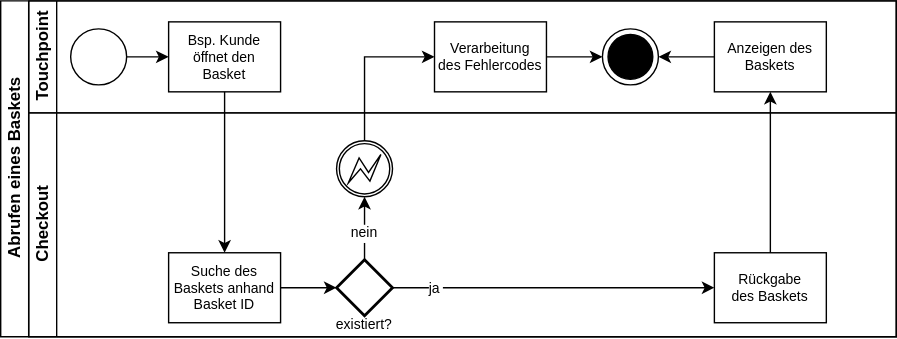
The draw.io diagram svg/SL Basketabruf.svg in Thalmaier/bachelor-thesis, before a commit. Source tidied: cells renumbered, new cells last; positions are measured from the earlier drawing's top-left corner, leaving out a move shared by most shapes. Its diagram source:
```xml
<mxGraphModel>
  <root>
    <mxCell id="0" />
    <mxCell id="1" parent="0" />
    <mxCell id="2" value="Abrufen eines Baskets" style="swimlane;html=1;horizontal=0;startSize=20;fontColor=#000000;strokeColor=#000000;fillColor=none;" parent="1" vertex="1">
      <mxGeometry width="640" height="240" as="geometry" />
    </mxCell>
    <mxCell id="3" value="Touchpoint" style="swimlane;html=1;startSize=20;horizontal=0;fontColor=#000000;strokeColor=#000000;fillColor=none;" parent="2" vertex="1">
      <mxGeometry x="20" width="620" height="80" as="geometry" />
    </mxCell>
    <mxCell id="4" style="edgeStyle=orthogonalEdgeStyle;rounded=0;jettySize=auto;html=1;fontColor=#000000;strokeColor=#000000;" parent="3" edge="1" source="5" target="6">
      <mxGeometry relative="1" as="geometry" />
    </mxCell>
    <mxCell id="5" style="ellipse;whiteSpace=wrap;html=1;fontColor=#000000;strokeColor=#000000;fillColor=#FFFFFF;" parent="3" vertex="1">
      <mxGeometry x="30" y="20" width="40" height="40" as="geometry" />
    </mxCell>
    <mxCell id="6" value="Bsp. Kunde &#10;öffnet den &#10;Basket" style="rounded=0;fontFamily=Helvetica;fontSize=10;fontColor=#000000;align=center;strokeColor=#000000;fillColor=#FFFFFF;" parent="3" vertex="1">
      <mxGeometry x="100" y="15" width="80" height="50" as="geometry" />
    </mxCell>
    <mxCell id="7" style="edgeStyle=orthogonalEdgeStyle;rounded=0;jettySize=auto;html=1;fontSize=10;fontColor=#000000;strokeColor=#000000;" parent="3" edge="1" source="8" target="9">
      <mxGeometry relative="1" as="geometry" />
    </mxCell>
    <mxCell id="8" value="Verarbeitung&#10;des Fehlercodes" style="rounded=0;fontFamily=Helvetica;fontSize=10;fontColor=#000000;align=center;strokeColor=#000000;fillColor=#FFFFFF;" parent="3" vertex="1">
      <mxGeometry x="290" y="15" width="80" height="50" as="geometry" />
    </mxCell>
    <mxCell id="9" style="ellipse;html=1;shape=endState;fillColor=#000000;strokeColor=#000000;fontSize=10;fontColor=#000000;" parent="3" vertex="1">
      <mxGeometry x="410" y="20" width="40" height="40" as="geometry" />
    </mxCell>
    <mxCell id="10" style="edgeStyle=orthogonalEdgeStyle;rounded=0;jettySize=auto;html=1;entryX=1;entryY=0.5;entryDx=0;entryDy=0;fontSize=11;fontColor=#000000;strokeColor=#000000;" parent="3" edge="1" source="11" target="9">
      <mxGeometry relative="1" as="geometry" />
    </mxCell>
    <mxCell id="11" value="Anzeigen des&#10;Baskets" style="rounded=0;fontFamily=Helvetica;fontSize=10;fontColor=#000000;align=center;strokeColor=#000000;fillColor=#FFFFFF;" parent="3" vertex="1">
      <mxGeometry x="490" y="15" width="80" height="50" as="geometry" />
    </mxCell>
    <mxCell id="12" value="Checkout" style="swimlane;html=1;startSize=20;horizontal=0;fontColor=#000000;strokeColor=#000000;fillColor=none;" parent="2" vertex="1">
      <mxGeometry x="20" y="80" width="620" height="160" as="geometry" />
    </mxCell>
    <mxCell id="13" style="edgeStyle=orthogonalEdgeStyle;rounded=0;jettySize=auto;html=1;endArrow=classic;endFill=1;fontColor=#000000;strokeColor=#000000;" parent="12" edge="1" source="14" target="17">
      <mxGeometry relative="1" as="geometry" />
    </mxCell>
    <mxCell id="14" value="Suche des&#10;Baskets anhand&#10;Basket ID" style="rounded=0;fontFamily=Helvetica;fontSize=10;fontColor=#000000;align=center;strokeColor=#000000;fillColor=#FFFFFF;" parent="12" vertex="1">
      <mxGeometry x="100" y="100" width="80" height="50" as="geometry" />
    </mxCell>
    <mxCell id="15" style="edgeStyle=orthogonalEdgeStyle;rounded=0;jettySize=auto;html=1;fontSize=10;fontColor=#000000;strokeColor=#000000;" parent="12" edge="1" source="17" target="21">
      <mxGeometry relative="1" as="geometry" />
    </mxCell>
    <mxCell id="16" value="ja" style="edgeLabel;align=center;verticalAlign=middle;fontSize=10;fontColor=#000000;labelBackgroundColor=#FFFFFF;" parent="15" vertex="1">
      <mxGeometry x="-0.21" y="1" relative="1" as="geometry">
        <mxPoint x="-61" y="1" as="offset" />
      </mxGeometry>
    </mxCell>
    <mxCell id="17" style="strokeWidth=2;html=1;shape=mxgraph.flowchart.decision;whiteSpace=wrap;fontSize=10;fontColor=#000000;fillColor=#FFFFFF;strokeColor=#000000;" parent="12" vertex="1">
      <mxGeometry x="220" y="105" width="40" height="40" as="geometry" />
    </mxCell>
    <mxCell id="18" style="points=[[0.145,0.145,0],[0.5,0,0],[0.855,0.145,0],[1,0.5,0],[0.855,0.855,0],[0.5,1,0],[0.145,0.855,0],[0,0.5,0]];shape=mxgraph.bpmn.event;html=1;verticalLabelPosition=bottom;labelBackgroundColor=#ffffff;verticalAlign=top;align=center;perimeter=ellipsePerimeter;outlineConnect=0;outline=boundInt;symbol=error;fontSize=10;fontColor=#000000;strokeColor=#000000;fillColor=#FFFFFF;" parent="12" vertex="1">
      <mxGeometry x="220" y="20" width="40" height="40" as="geometry" />
    </mxCell>
    <mxCell id="19" style="edgeStyle=orthogonalEdgeStyle;rounded=0;jettySize=auto;html=1;fontSize=10;fontColor=#000000;strokeColor=#000000;" parent="12" edge="1" source="17" target="18">
      <mxGeometry relative="1" as="geometry" />
    </mxCell>
    <mxCell id="20" value="nein" style="edgeLabel;align=center;verticalAlign=middle;fontSize=10;fontColor=#000000;labelBackgroundColor=#FFFFFF;" parent="19" vertex="1">
      <mxGeometry x="-0.17" relative="1" as="geometry">
        <mxPoint y="-1" as="offset" />
      </mxGeometry>
    </mxCell>
    <mxCell id="21" value="Rückgabe&#10;des Baskets" style="rounded=0;fontFamily=Helvetica;fontSize=10;fontColor=#000000;align=center;strokeColor=#000000;fillColor=#FFFFFF;" parent="12" vertex="1">
      <mxGeometry x="490" y="100" width="80" height="50" as="geometry" />
    </mxCell>
    <mxCell id="22" value="existiert?" style="text;strokeColor=none;fillColor=none;align=center;verticalAlign=middle;rounded=0;fontSize=10;fontColor=#000000;" parent="12" vertex="1">
      <mxGeometry x="212.5" y="147" width="55" height="10" as="geometry" />
    </mxCell>
    <mxCell id="23" style="edgeStyle=orthogonalEdgeStyle;rounded=0;jettySize=auto;html=1;fontSize=10;fontColor=#000000;strokeColor=#000000;" parent="2" edge="1" source="6" target="14">
      <mxGeometry relative="1" as="geometry" />
    </mxCell>
    <mxCell id="24" style="edgeStyle=orthogonalEdgeStyle;rounded=0;jettySize=auto;html=1;fontSize=10;fontColor=#000000;strokeColor=#000000;" parent="2" edge="1" source="21" target="11">
      <mxGeometry relative="1" as="geometry" />
    </mxCell>
    <mxCell id="25" style="edgeStyle=orthogonalEdgeStyle;rounded=0;jettySize=auto;html=1;entryX=0;entryY=0.5;entryDx=0;entryDy=0;fontSize=11;fontColor=#000000;strokeColor=#000000;exitX=0.5;exitY=0;exitDx=0;exitDy=0;exitPerimeter=0;" parent="2" edge="1" source="18" target="8">
      <mxGeometry relative="1" as="geometry" />
    </mxCell>
  </root>
</mxGraphModel>
```
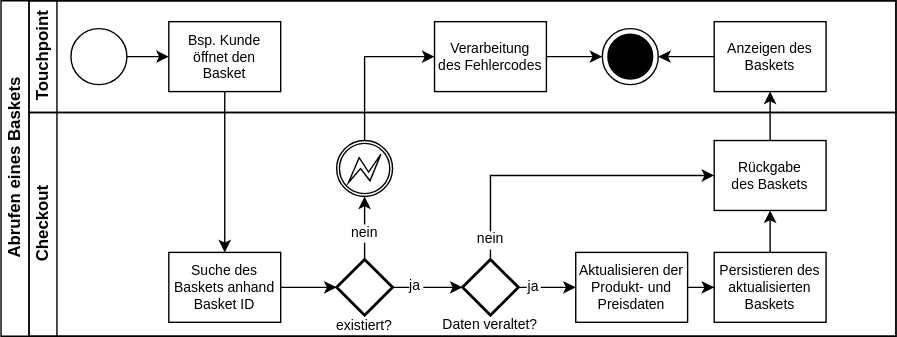
Above is the later version.

Diff of the diagram source:
```diff
@@ -41,12 +41,12 @@
     <mxCell id="14" value="Suche des&#10;Baskets anhand&#10;Basket ID" style="rounded=0;fontFamily=Helvetica;fontSize=10;fontColor=#000000;align=center;strokeColor=#000000;fillColor=#FFFFFF;" parent="12" vertex="1">
       <mxGeometry x="100" y="100" width="80" height="50" as="geometry" />
     </mxCell>
-    <mxCell id="15" style="edgeStyle=orthogonalEdgeStyle;rounded=0;jettySize=auto;html=1;fontSize=10;fontColor=#000000;strokeColor=#000000;" parent="12" edge="1" source="17" target="21">
+    <mxCell id="15" style="edgeStyle=orthogonalEdgeStyle;rounded=0;jettySize=auto;html=1;fontSize=10;fontColor=#000000;strokeColor=#000000;entryX=0;entryY=0.5;entryDx=0;entryDy=0;entryPerimeter=0;" parent="12" edge="1" source="17" target="30">
       <mxGeometry relative="1" as="geometry" />
     </mxCell>
     <mxCell id="16" value="ja" style="edgeLabel;align=center;verticalAlign=middle;fontSize=10;fontColor=#000000;labelBackgroundColor=#FFFFFF;" parent="15" vertex="1">
       <mxGeometry x="-0.21" y="1" relative="1" as="geometry">
-        <mxPoint x="-61" y="1" as="offset" />
+        <mxPoint x="-4" y="-1" as="offset" />
       </mxGeometry>
     </mxCell>
     <mxCell id="17" style="strokeWidth=2;html=1;shape=mxgraph.flowchart.decision;whiteSpace=wrap;fontSize=10;fontColor=#000000;fillColor=#FFFFFF;strokeColor=#000000;" parent="12" vertex="1">
@@ -64,11 +64,45 @@
       </mxGeometry>
     </mxCell>
     <mxCell id="21" value="Rückgabe&#10;des Baskets" style="rounded=0;fontFamily=Helvetica;fontSize=10;fontColor=#000000;align=center;strokeColor=#000000;fillColor=#FFFFFF;" parent="12" vertex="1">
-      <mxGeometry x="490" y="100" width="80" height="50" as="geometry" />
+      <mxGeometry x="490" y="20" width="80" height="50" as="geometry" />
     </mxCell>
     <mxCell id="22" value="existiert?" style="text;strokeColor=none;fillColor=none;align=center;verticalAlign=middle;rounded=0;fontSize=10;fontColor=#000000;" parent="12" vertex="1">
       <mxGeometry x="212.5" y="147" width="55" height="10" as="geometry" />
     </mxCell>
+    <mxCell id="26" style="edgeStyle=orthogonalEdgeStyle;rounded=0;jettySize=auto;entryX=0;entryY=0.5;entryDx=0;entryDy=0;exitX=0.5;exitY=0;exitDx=0;exitDy=0;exitPerimeter=0;" parent="12" edge="1" source="30" target="21">
+      <mxGeometry relative="1" as="geometry" />
+    </mxCell>
+    <mxCell id="27" value="nein" style="edgeLabel;align=center;verticalAlign=middle;fontSize=10;fontColor=#000000;labelBackgroundColor=#FFFFFF;" parent="26" vertex="1">
+      <mxGeometry x="-0.65" y="1" relative="1" as="geometry">
+        <mxPoint x="1" y="23" as="offset" />
+      </mxGeometry>
+    </mxCell>
+    <mxCell id="28" style="edgeStyle=orthogonalEdgeStyle;rounded=0;jettySize=auto;html=0;entryX=0;entryY=0.5;entryDx=0;entryDy=0;exitX=1;exitY=0.5;exitDx=0;exitDy=0;exitPerimeter=0;" parent="12" edge="1" source="30" target="33">
+      <mxGeometry relative="1" as="geometry" />
+    </mxCell>
+    <mxCell id="29" value="ja" style="edgeLabel;align=center;verticalAlign=middle;fontSize=10;fontColor=#000000;labelBackgroundColor=#FFFFFF;rounded=0;" parent="28" vertex="1">
+      <mxGeometry x="-0.72" y="-1" relative="1" as="geometry">
+        <mxPoint x="5" y="-2" as="offset" />
+      </mxGeometry>
+    </mxCell>
+    <mxCell id="30" style="strokeWidth=2;html=1;shape=mxgraph.flowchart.decision;whiteSpace=wrap;fontSize=10;fontColor=#000000;fillColor=#FFFFFF;strokeColor=#000000;" parent="12" vertex="1">
+      <mxGeometry x="310" y="105" width="40" height="40" as="geometry" />
+    </mxCell>
+    <mxCell id="31" value="Daten veraltet?" style="text;strokeColor=none;fillColor=none;align=center;verticalAlign=middle;rounded=0;fontSize=10;fontColor=#000000;" parent="12" vertex="1">
+      <mxGeometry x="302.5" y="146" width="55" height="10" as="geometry" />
+    </mxCell>
+    <mxCell id="32" style="edgeStyle=orthogonalEdgeStyle;rounded=0;jettySize=auto;html=0;" parent="12" edge="1" source="33" target="35">
+      <mxGeometry relative="1" as="geometry" />
+    </mxCell>
+    <mxCell id="33" value="Aktualisieren der&#10;Produkt- und&#10;Preisdaten" style="rounded=0;fontFamily=Helvetica;fontSize=10;fontColor=#000000;align=center;strokeColor=#000000;fillColor=#FFFFFF;" parent="12" vertex="1">
+      <mxGeometry x="391" y="100" width="80" height="50" as="geometry" />
+    </mxCell>
+    <mxCell id="34" style="edgeStyle=orthogonalEdgeStyle;rounded=0;jettySize=auto;html=0;" parent="12" edge="1" source="35" target="21">
+      <mxGeometry relative="1" as="geometry" />
+    </mxCell>
+    <mxCell id="35" value="Persistieren des &#10;aktualisierten&#10;Baskets" style="rounded=0;fontFamily=Helvetica;fontSize=10;fontColor=#000000;align=center;strokeColor=#000000;fillColor=#FFFFFF;" parent="12" vertex="1">
+      <mxGeometry x="490" y="100" width="80" height="50" as="geometry" />
+    </mxCell>
     <mxCell id="23" style="edgeStyle=orthogonalEdgeStyle;rounded=0;jettySize=auto;html=1;fontSize=10;fontColor=#000000;strokeColor=#000000;" parent="2" edge="1" source="6" target="14">
       <mxGeometry relative="1" as="geometry" />
     </mxCell>
```
